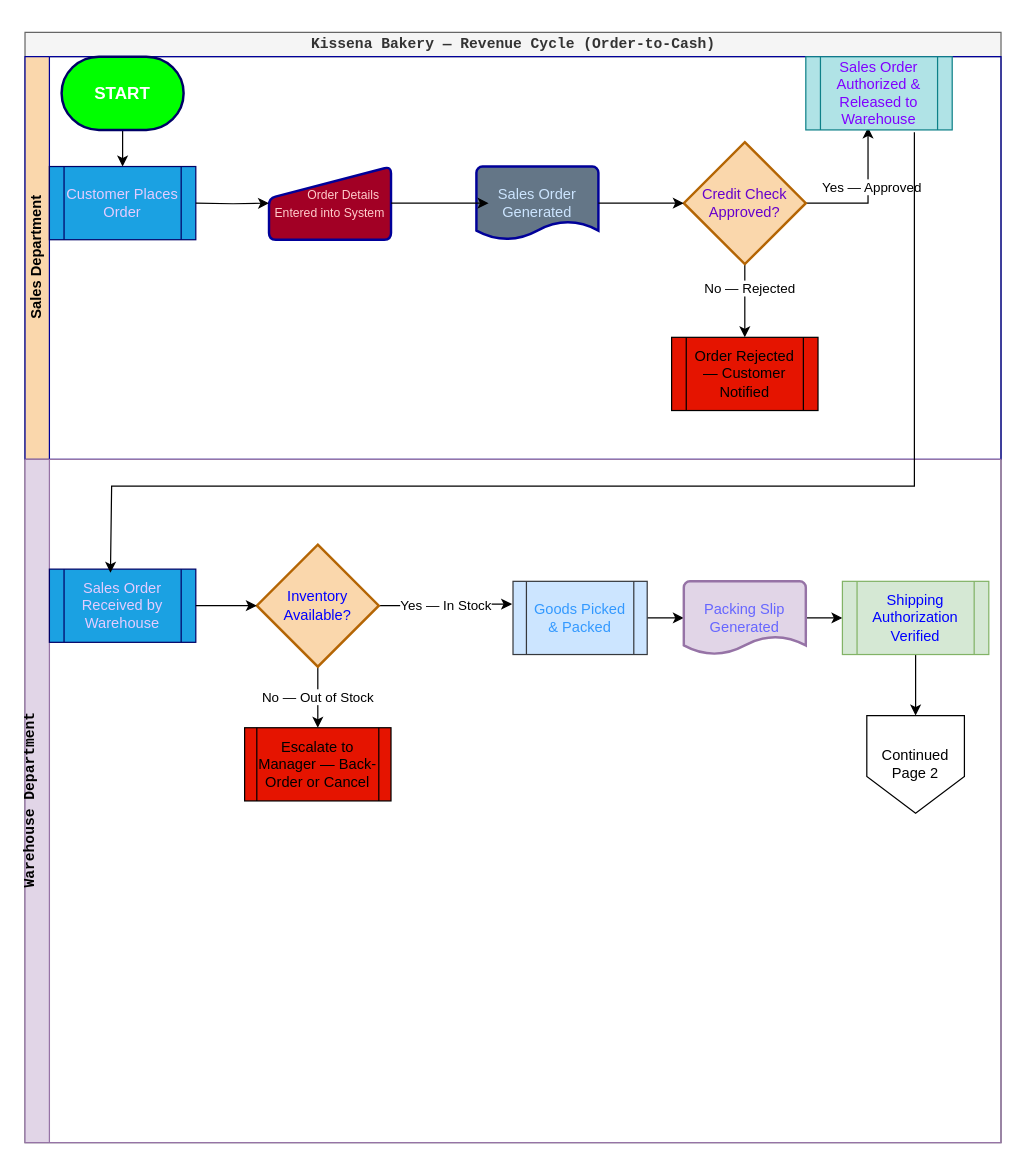
Before: page "Page 1" (1 of 2) of Revenue_Cycle_Controls.drawio in GabrielLeyman/drawio, a draw.io diagram. Source tidied: cells renumbered, new cells numbered last; positions are measured from the earlier drawing's top-left corner, leaving out a move shared by most shapes. Both pictures are drawn from the tidied source at 122%, with x=0, y=0 at pixel (24, 32).
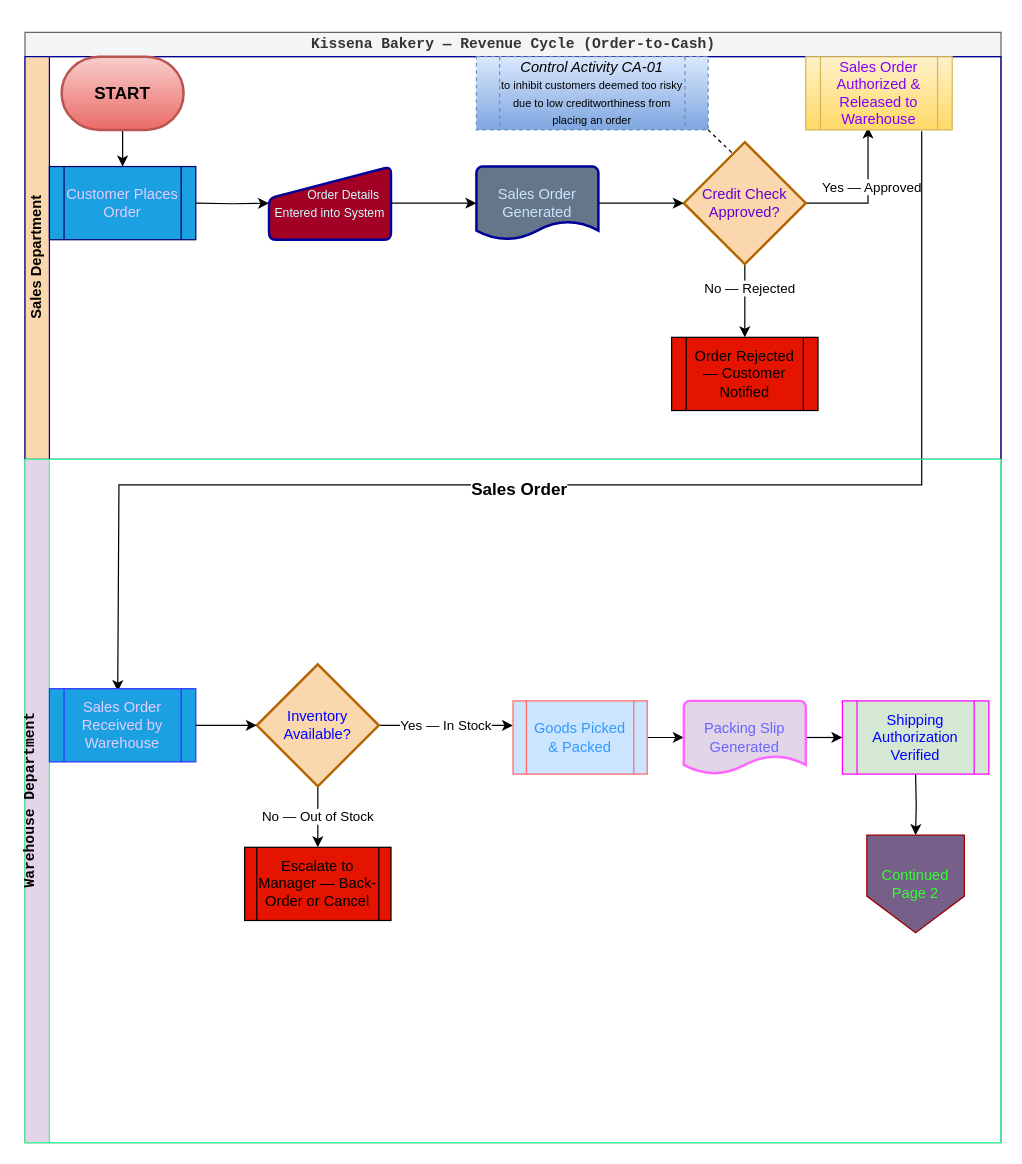
The same diagram, later.

The change refers to these unchanged cells:
```xml
<mxCell id="2" value="&lt;pre class=&quot;overflow-visible! px-0!&quot;&gt;&lt;div class=&quot;relative w-full mt-4 mb-1&quot;&gt;&lt;div class=&quot;&quot;&gt;&lt;div class=&quot;relative&quot;&gt;&lt;div class=&quot;h-full min-h-0 min-w-0&quot;&gt;&lt;div class=&quot;h-full min-h-0 min-w-0&quot;&gt;&lt;div class=&quot;border border-token-border-light border-radius-3xl corner-superellipse/1.1 rounded-3xl&quot;&gt;&lt;div class=&quot;h-full w-full border-radius-3xl bg-token-bg-elevated-secondary corner-superellipse/1.1 overflow-clip rounded-3xl lxnfua_clipPathFallback&quot;&gt;&lt;div class=&quot;pe-11 pt-3&quot;&gt;&lt;div class=&quot;relative z-0 flex max-w-full&quot;&gt;&lt;div id=&quot;code-block-viewer&quot; dir=&quot;ltr&quot; class=&quot;q9tKkq_viewer cm-editor z-10 light:cm-light dark:cm-light flex h-full w-full flex-col items-stretch ͼ5 ͼj&quot;&gt;&lt;div class=&quot;cm-scroller&quot;&gt;&lt;div class=&quot;cm-content q9tKkq_readonly&quot;&gt;Kissena Bakery — Revenue Cycle (Order-to-Cash)&lt;/div&gt;&lt;/div&gt;&lt;/div&gt;&lt;/div&gt;&lt;/div&gt;&lt;/div&gt;&lt;/div&gt;&lt;/div&gt;&lt;/div&gt;&lt;div class=&quot;&quot;&gt;&lt;div class=&quot;&quot;&gt;&lt;/div&gt;&lt;/div&gt;&lt;/div&gt;&lt;/div&gt;&lt;/div&gt;&lt;/pre&gt;" style="swimlane;horizontal=1;startSize=20;html=1;fillColor=#f5f5f5;strokeColor=#666666;fontColor=#333333;" parent="1" vertex="1">
  <mxGeometry width="800" height="910" as="geometry" />
</mxCell>
<mxCell id="3" value="Sales Department" style="swimlane;startSize=20;horizontal=0;html=1;fillColor=#fad7ac;strokeColor=#000099;" parent="2" vertex="1">
  <mxGeometry y="20" width="800" height="330" as="geometry" />
</mxCell>
<mxCell id="9" value="&lt;font style=&quot;color: rgb(204, 229, 255);&quot;&gt;Sales Order Generated&lt;/font&gt;" style="strokeWidth=2;html=1;shape=mxgraph.flowchart.document2;whiteSpace=wrap;size=0.25;fillColor=#647687;fontColor=#ffffff;strokeColor=#000099;" parent="3" vertex="1">
  <mxGeometry x="370" y="90" width="100" height="60" as="geometry" />
</mxCell>
<mxCell id="15" value="&lt;font style=&quot;color: rgb(102, 0, 204);&quot;&gt;Credit Check Approved?&lt;/font&gt;" style="strokeWidth=2;html=1;shape=mxgraph.flowchart.decision;whiteSpace=wrap;fillColor=#fad7ac;strokeColor=#b46504;" parent="3" vertex="1">
  <mxGeometry x="540" y="70" width="100" height="100" as="geometry" />
</mxCell>
```

The edit, as a diff of the source:
```diff
@@
-    <mxCell id="5" value="&lt;b&gt;&lt;font style=&quot;font-size: 14px;&quot;&gt;START&lt;/font&gt;&lt;/b&gt;" style="strokeWidth=2;html=1;shape=mxgraph.flowchart.terminator;whiteSpace=wrap;fillColor=#00FF00;strokeColor=#000066;fontColor=#ffffff;" parent="3" vertex="1">
+    <mxCell id="5" value="&lt;b&gt;&lt;font style=&quot;font-size: 14px;&quot;&gt;START&lt;/font&gt;&lt;/b&gt;" style="strokeWidth=2;html=1;shape=mxgraph.flowchart.terminator;whiteSpace=wrap;fillColor=#f8cecc;strokeColor=#b85450;gradientColor=#ea6b66;" parent="3" vertex="1">
       <mxGeometry x="30" width="100" height="60" as="geometry" />
     </mxCell>
@@
-    <mxCell id="7" value="&lt;span style=&quot;background-color: transparent;&quot;&gt;&lt;font style=&quot;font-size: 9px; color: rgb(255, 204, 204);&quot;&gt;&amp;nbsp; &amp;nbsp; &amp;nbsp; &amp;nbsp; &amp;nbsp;&lt;/font&gt;&lt;font style=&quot;color: rgb(255, 204, 204); font-size: 10px;&quot;&gt; Order Details&amp;nbsp;&lt;/font&gt;&lt;/span&gt;&lt;div&gt;&lt;span style=&quot;background-color: transparent;&quot;&gt;&lt;font style=&quot;color: rgb(255, 204, 204); font-size: 10px;&quot;&gt;Entered into System&lt;/font&gt;&lt;/span&gt;&lt;/div&gt;" style="html=1;strokeWidth=2;shape=manualInput;whiteSpace=wrap;rounded=1;size=26;arcSize=11;align=center;strokeColor=#000099;fillColor=#a20025;fontColor=#ffffff;" parent="3" vertex="1">
+    <mxCell id="7" value="&lt;span style=&quot;background-color: transparent;&quot;&gt;&lt;font style=&quot;font-size: 9px; color: rgb(255, 204, 204);&quot;&gt;&amp;nbsp; &amp;nbsp; &amp;nbsp; &amp;nbsp; &amp;nbsp;&lt;/font&gt;&lt;font style=&quot;color: rgb(255, 204, 204); font-size: 10px;&quot;&gt; &lt;/font&gt;&lt;font style=&quot;font-size: 10px; color: rgb(204, 255, 255);&quot;&gt;Order Details&amp;nbsp;&lt;/font&gt;&lt;/span&gt;&lt;div&gt;&lt;span style=&quot;background-color: transparent;&quot;&gt;&lt;font style=&quot;font-size: 10px; color: rgb(204, 255, 255);&quot;&gt;Entered into System&lt;/font&gt;&lt;/span&gt;&lt;/div&gt;" style="html=1;strokeWidth=2;shape=manualInput;whiteSpace=wrap;rounded=1;size=26;arcSize=11;align=center;strokeColor=#000099;fillColor=#a20025;fontColor=#ffffff;" parent="3" vertex="1">
       <mxGeometry x="200" y="90" width="100" height="60" as="geometry" />
     </mxCell>
@@
-    <mxCell id="10" style="edgeStyle=orthogonalEdgeStyle;rounded=0;jettySize=auto;html=1;exitX=1;exitY=0.5;exitDx=0;exitDy=0;entryX=0.1;entryY=0.5;entryDx=0;entryDy=0;entryPerimeter=0;" parent="3" edge="1" source="7" target="9">
-      <mxGeometry relative="1" as="geometry" />
+    <mxCell id="10" style="edgeStyle=orthogonalEdgeStyle;rounded=0;jettySize=auto;html=1;exitX=1;exitY=0.5;exitDx=0;exitDy=0;" parent="3" edge="1" source="7">
+      <mxGeometry relative="1" as="geometry">
+        <mxPoint x="370" y="120" as="targetPoint" />
+      </mxGeometry>
     </mxCell>
@@
-    <mxCell id="18" value="&lt;font style=&quot;color: rgb(127, 0, 255);&quot;&gt;Sales Order Authorized &amp;amp; Released to Warehouse&lt;/font&gt;" style="shape=process;whiteSpace=wrap;html=1;backgroundOutline=1;fillColor=#b0e3e6;strokeColor=#0e8088;" parent="3" vertex="1">
+    <mxCell id="18" value="&lt;font style=&quot;color: rgb(127, 0, 255);&quot;&gt;Sales Order Authorized &amp;amp; Released to Warehouse&lt;/font&gt;" style="shape=process;whiteSpace=wrap;html=1;backgroundOutline=1;fillColor=#fff2cc;strokeColor=#d6b656;gradientColor=#ffd966;" parent="3" vertex="1">
       <mxGeometry x="640" width="120" height="60" as="geometry" />
     </mxCell>
+    <mxCell id="34" value="&lt;i&gt;Control Activity CA-01&lt;/i&gt;&lt;div&gt;&lt;font style=&quot;font-size: 9px;&quot;&gt;to inhibit customers deemed too risky due to low creditworthiness from placing an order&lt;/font&gt;&lt;/div&gt;" style="shape=process;whiteSpace=wrap;html=1;backgroundOutline=1;dashed=1;fillColor=#dae8fc;gradientColor=#7ea6e0;strokeColor=#6c8ebf;" parent="3" vertex="1">
+      <mxGeometry x="370" width="190" height="60" as="geometry" />
+    </mxCell>
+    <mxCell id="35" style="edgeStyle=none;curved=1;rounded=0;jettySize=auto;html=1;exitX=1;exitY=1;exitDx=0;exitDy=0;entryX=0.405;entryY=0.098;entryDx=0;entryDy=0;entryPerimeter=0;fontSize=12;startSize=8;endSize=8;endArrow=none;endFill=0;dashed=1;" parent="3" edge="1" source="34" target="15">
+      <mxGeometry relative="1" as="geometry" />
+    </mxCell>
+    <mxCell id="21" style="edgeStyle=orthogonalEdgeStyle;rounded=0;orthogonalLoop=1;jettySize=auto;html=1;exitX=0.75;exitY=1;exitDx=0;exitDy=0;entryX=0.417;entryY=0.05;entryDx=0;entryDy=0;entryPerimeter=0;" parent="3" edge="1">
+      <mxGeometry relative="1" as="geometry">
+        <mxPoint x="735" y="61" as="sourcePoint" />
+        <mxPoint x="76" y="520" as="targetPoint" />
+        <Array as="points">
+          <mxPoint x="735" y="351" />
+          <mxPoint x="77" y="351" />
+        </Array>
+      </mxGeometry>
+    </mxCell>
+    <mxCell id="36" value="&lt;b&gt;&lt;font style=&quot;font-size: 14px;&quot;&gt;Sales Order&lt;/font&gt;&lt;/b&gt;" style="edgeLabel;html=1;align=center;verticalAlign=middle;fontSize=12;" parent="21" vertex="1">
+      <mxGeometry x="0.11" y="3" relative="1" as="geometry">
+        <mxPoint x="-1" as="offset" />
+      </mxGeometry>
+    </mxCell>
-    <mxCell id="19" value="&lt;font face=&quot;monospace&quot;&gt;&lt;span style=&quot;white-space-collapse: preserve;&quot;&gt;Warehouse Department&lt;/span&gt;&lt;/font&gt;&lt;p&gt;&lt;/p&gt;" style="swimlane;startSize=20;horizontal=0;html=1;fillColor=#e1d5e7;strokeColor=#9673a6;" parent="2" vertex="1">
+    <mxCell id="19" value="&lt;font face=&quot;monospace&quot;&gt;&lt;span style=&quot;white-space-collapse: preserve;&quot;&gt;Warehouse Department&lt;/span&gt;&lt;/font&gt;&lt;p&gt;&lt;/p&gt;" style="swimlane;startSize=20;horizontal=0;html=1;fillColor=#e1d5e7;strokeColor=#33FF99;" parent="2" vertex="1">
       <mxGeometry y="350" width="800" height="560" as="geometry" />
     </mxCell>
-    <mxCell id="20" value="&lt;font style=&quot;color: rgb(229, 204, 255);&quot;&gt;Sales Order Received by Warehouse&lt;/font&gt;" style="shape=process;whiteSpace=wrap;html=1;backgroundOutline=1;fillColor=#1ba1e2;strokeColor=#000066;align=center;verticalAlign=middle;fontFamily=Helvetica;fontSize=12;fontColor=#ffffff;" parent="19" vertex="1">
-      <mxGeometry x="20" y="90" width="120" height="60" as="geometry" />
+    <mxCell id="20" value="&lt;font style=&quot;color: rgb(229, 204, 255);&quot;&gt;Sales Order Received by Warehouse&lt;/font&gt;" style="shape=process;whiteSpace=wrap;html=1;backgroundOutline=1;fillColor=#1ba1e2;strokeColor=#3333FF;align=center;verticalAlign=middle;fontFamily=Helvetica;fontSize=12;fontColor=#ffffff;" parent="19" vertex="1">
+      <mxGeometry x="20" y="188" width="120" height="60" as="geometry" />
     </mxCell>
-    <mxCell id="21" style="edgeStyle=orthogonalEdgeStyle;rounded=0;jettySize=auto;html=1;exitX=0.75;exitY=1;exitDx=0;exitDy=0;entryX=0.417;entryY=0.05;entryDx=0;entryDy=0;entryPerimeter=0;" parent="19" edge="1" target="20">
-      <mxGeometry relative="1" as="geometry">
-        <mxPoint x="729" y="-268" as="sourcePoint" />
-        <Array as="points">
-          <mxPoint x="729" y="22" />
-          <mxPoint x="71" y="22" />
-        </Array>
-      </mxGeometry>
-    </mxCell>
-    <mxCell id="22" value="Yes — In Stock" style="edgeStyle=orthogonalEdgeStyle;rounded=0;jettySize=auto;html=1;exitX=1;exitY=0.5;exitDx=0;exitDy=0;exitPerimeter=0;entryX=-0.007;entryY=0.311;entryDx=0;entryDy=0;entryPerimeter=0;" parent="19" edge="1" source="24" target="28">
+    <mxCell id="22" value="Yes — In Stock" style="edgeStyle=orthogonalEdgeStyle;rounded=0;jettySize=auto;html=1;exitX=1;exitY=0.5;exitDx=0;exitDy=0;exitPerimeter=0;entryX=0;entryY=0.336;entryDx=0;entryDy=0;entryPerimeter=0;" parent="19" edge="1" source="24" target="28">
       <mxGeometry relative="1" as="geometry" />
     </mxCell>
@@
     <mxCell id="24" value="&lt;font style=&quot;color: rgb(0, 0, 255);&quot;&gt;Inventory Available?&lt;/font&gt;" style="strokeWidth=2;html=1;shape=mxgraph.flowchart.decision;whiteSpace=wrap;fillColor=#fad7ac;strokeColor=#b46504;align=center;verticalAlign=middle;fontFamily=Helvetica;fontSize=12;fontColor=default;" parent="19" vertex="1">
-      <mxGeometry x="190" y="70" width="100" height="100" as="geometry" />
+      <mxGeometry x="190" y="168" width="100" height="100" as="geometry" />
     </mxCell>
-    <mxCell id="25" style="edgeStyle=orthogonalEdgeStyle;rounded=0;jettySize=auto;html=1;exitX=1;exitY=0.5;exitDx=0;exitDy=0;" parent="19" edge="1" source="20">
+    <mxCell id="25" style="edgeStyle=orthogonalEdgeStyle;rounded=0;orthogonalLoop=1;jettySize=auto;html=1;exitX=1;exitY=0.5;exitDx=0;exitDy=0;" parent="19" edge="1">
       <mxGeometry relative="1" as="geometry">
-        <mxPoint x="190" y="120" as="targetPoint" />
+        <mxPoint x="140" y="218" as="sourcePoint" />
+        <mxPoint x="190" y="218" as="targetPoint" />
       </mxGeometry>
     </mxCell>
     <mxCell id="26" value="&lt;font style=&quot;color: rgb(0, 0, 0);&quot;&gt;Escalate to Manager — Back-Order or Cancel&lt;/font&gt;" style="shape=process;whiteSpace=wrap;html=1;backgroundOutline=1;strokeColor=#000000;align=center;verticalAlign=middle;fontFamily=Helvetica;fontSize=12;fontColor=#ffffff;fillColor=#e51400;size=0.08333333333333333;" parent="19" vertex="1">
-      <mxGeometry x="180" y="220" width="120" height="60" as="geometry" />
+      <mxGeometry x="180" y="318" width="120" height="60" as="geometry" />
     </mxCell>
@@
-    <mxCell id="28" value="&lt;font style=&quot;color: rgb(51, 153, 255);&quot;&gt;Goods Picked &amp;amp; Packed&lt;/font&gt;" style="shape=process;whiteSpace=wrap;html=1;backgroundOutline=1;fillColor=#cce5ff;strokeColor=#36393d;" parent="19" vertex="1">
-      <mxGeometry x="400" y="100" width="110" height="60" as="geometry" />
+    <mxCell id="28" value="&lt;font style=&quot;color: rgb(51, 153, 255);&quot;&gt;Goods Picked &amp;amp; Packed&lt;/font&gt;" style="shape=process;whiteSpace=wrap;html=1;backgroundOutline=1;fillColor=#cce5ff;strokeColor=#FF6666;" parent="19" vertex="1">
+      <mxGeometry x="400" y="198" width="110" height="60" as="geometry" />
     </mxCell>
-    <mxCell id="29" style="edgeStyle=orthogonalEdgeStyle;rounded=0;jettySize=auto;html=1;exitX=1;exitY=0.5;exitDx=0;exitDy=0;exitPerimeter=0;" parent="19" edge="1" source="30" target="32">
-      <mxGeometry relative="1" as="geometry" />
+    <mxCell id="29" style="edgeStyle=orthogonalEdgeStyle;rounded=0;jettySize=auto;html=1;exitX=1;exitY=0.5;exitDx=0;exitDy=0;exitPerimeter=0;entryX=0;entryY=0.5;entryDx=0;entryDy=0;" parent="19" edge="1" source="30" target="32">
+      <mxGeometry relative="1" as="geometry">
+        <Array as="points">
+          <mxPoint x="660" y="228" />
+          <mxPoint x="660" y="228" />
+        </Array>
+      </mxGeometry>
     </mxCell>
-    <mxCell id="30" value="&lt;font style=&quot;color: rgb(102, 102, 255);&quot;&gt;Packing Slip Generated&lt;/font&gt;" style="strokeWidth=2;html=1;shape=mxgraph.flowchart.document2;whiteSpace=wrap;size=0.25;fillColor=#e1d5e7;strokeColor=#9673a6;" parent="19" vertex="1">
-      <mxGeometry x="540" y="100" width="100" height="60" as="geometry" />
+    <mxCell id="30" value="&lt;font style=&quot;color: rgb(102, 102, 255);&quot;&gt;Packing Slip Generated&lt;/font&gt;" style="strokeWidth=2;html=1;shape=mxgraph.flowchart.document2;whiteSpace=wrap;size=0.25;fillColor=#e1d5e7;strokeColor=#FF66FF;" parent="19" vertex="1">
+      <mxGeometry x="540" y="198" width="100" height="60" as="geometry" />
     </mxCell>
-    <mxCell id="31" style="edgeStyle=orthogonalEdgeStyle;rounded=0;jettySize=auto;html=1;exitX=0.5;exitY=1;exitDx=0;exitDy=0;entryX=0.5;entryY=0;entryDx=0;entryDy=0;" parent="19" edge="1" source="32" target="33">
-      <mxGeometry relative="1" as="geometry" />
+    <mxCell id="31" style="edgeStyle=orthogonalEdgeStyle;rounded=0;jettySize=auto;html=1;exitX=0.5;exitY=1;exitDx=0;exitDy=0;entryX=0.5;entryY=0;entryDx=0;entryDy=0;" parent="19" edge="1" target="33">
+      <mxGeometry relative="1" as="geometry">
+        <mxPoint x="730" y="258" as="sourcePoint" />
+      </mxGeometry>
     </mxCell>
-    <mxCell id="32" value="&lt;font style=&quot;color: rgb(0, 0, 255);&quot;&gt;Shipping Authorization Verified&lt;/font&gt;" style="shape=process;whiteSpace=wrap;html=1;backgroundOutline=1;fillColor=#d5e8d4;strokeColor=#82b366;" parent="19" vertex="1">
-      <mxGeometry x="670" y="100" width="120" height="60" as="geometry" />
+    <mxCell id="32" value="&lt;font style=&quot;color: rgb(0, 0, 255);&quot;&gt;Shipping Authorization Verified&lt;/font&gt;" style="shape=process;whiteSpace=wrap;html=1;backgroundOutline=1;fillColor=#d5e8d4;strokeColor=#FF00FF;" parent="19" vertex="1">
+      <mxGeometry x="670" y="198" width="120" height="60" as="geometry" />
     </mxCell>
-    <mxCell id="33" value="Continued Page 2" style="shape=offPageConnector;whiteSpace=wrap;html=1;" parent="19" vertex="1">
-      <mxGeometry x="690" y="210" width="80" height="80" as="geometry" />
+    <mxCell id="33" value="&lt;font style=&quot;color: rgb(51, 255, 51);&quot;&gt;Continued Page 2&lt;/font&gt;" style="shape=offPageConnector;whiteSpace=wrap;html=1;fillColor=#76608a;strokeColor=#990000;fontColor=#ffffff;" parent="19" vertex="1">
+      <mxGeometry x="690" y="308" width="80" height="80" as="geometry" />
     </mxCell>
```
